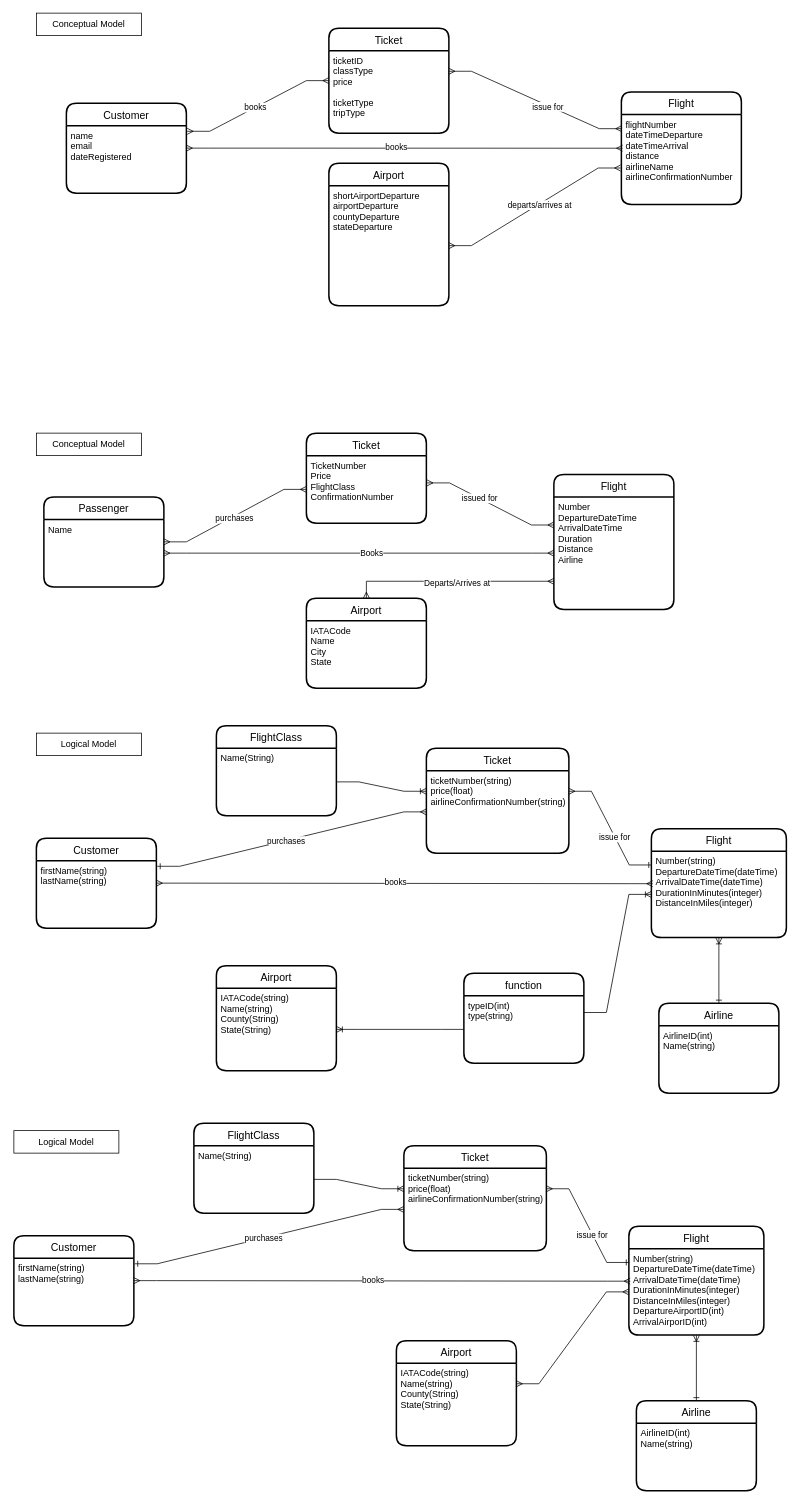
Earlier version of the draw.io diagram flight-booking.drawio (SiloryL/Learning). Source tidied: cells renumbered, new cells numbered last; positions are measured from the earlier drawing's top-left corner, leaving out a move shared by most shapes. Both pictures are drawn from the tidied source at 75%, with x=0, y=0 at pixel (14, 13).
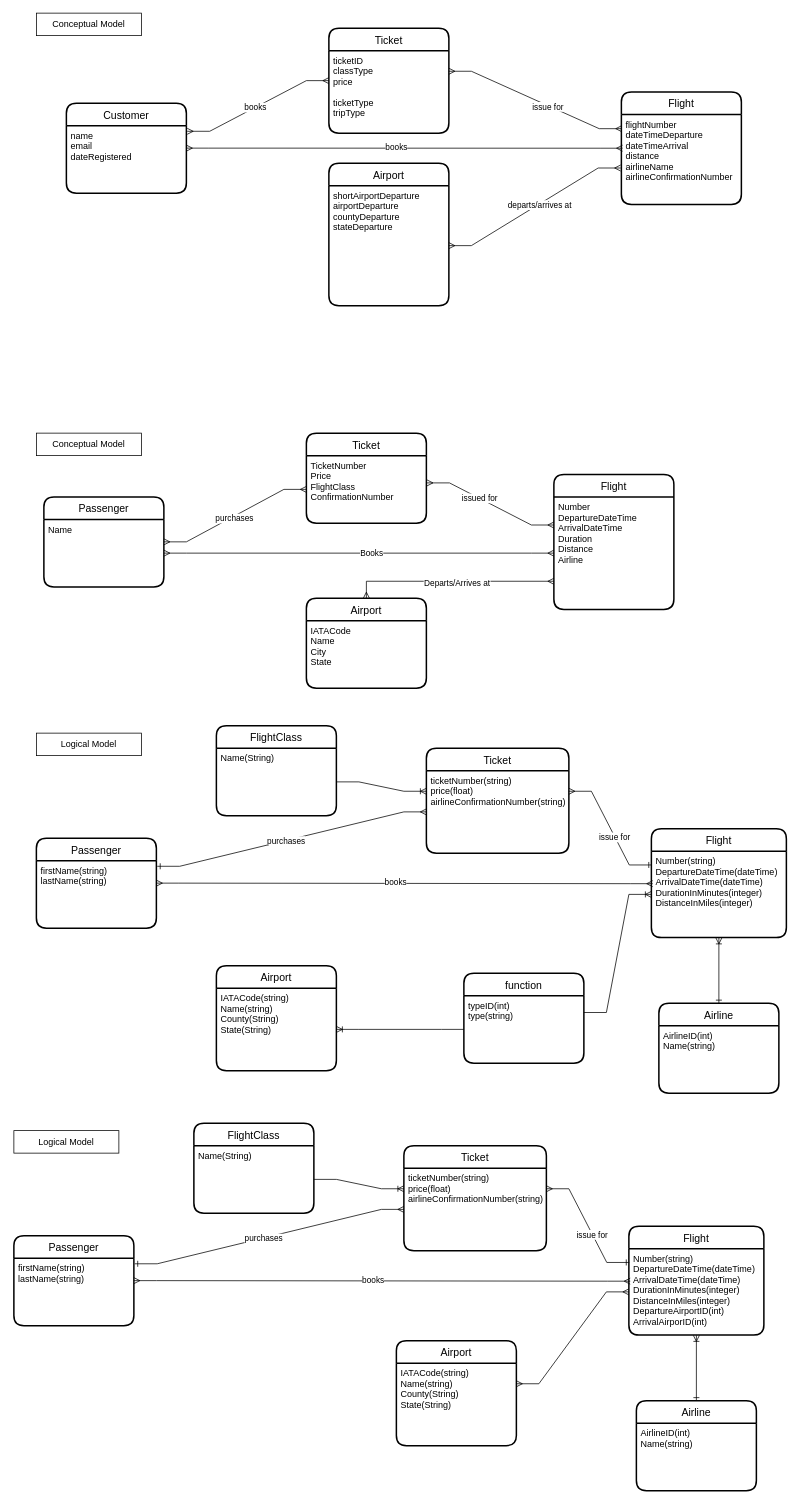
Above is the later version.

The edit, as a diff of the source:
```diff
@@
-    <mxCell id="36" value="Customer" style="swimlane;horizontal=1;startSize=30;rounded=1;fontSize=14;fontStyle=0;strokeWidth=2;shadow=0;dashed=0;align=center;" parent="1" vertex="1">
+    <mxCell id="36" value="Passenger" style="swimlane;horizontal=1;startSize=30;rounded=1;fontSize=14;fontStyle=0;strokeWidth=2;shadow=0;dashed=0;align=center;" parent="1" vertex="1">
       <mxGeometry x="30" y="1100" width="160" height="120" as="geometry" />
     </mxCell>
@@
-    <mxCell id="61" value="Customer" style="swimlane;horizontal=1;startSize=30;rounded=1;fontSize=14;fontStyle=0;strokeWidth=2;shadow=0;dashed=0;align=center;" parent="1" vertex="1">
+    <mxCell id="61" value="Passenger" style="swimlane;horizontal=1;startSize=30;rounded=1;fontSize=14;fontStyle=0;strokeWidth=2;shadow=0;dashed=0;align=center;" parent="1" vertex="1">
       <mxGeometry y="1630" width="160" height="120" as="geometry" />
     </mxCell>
```
